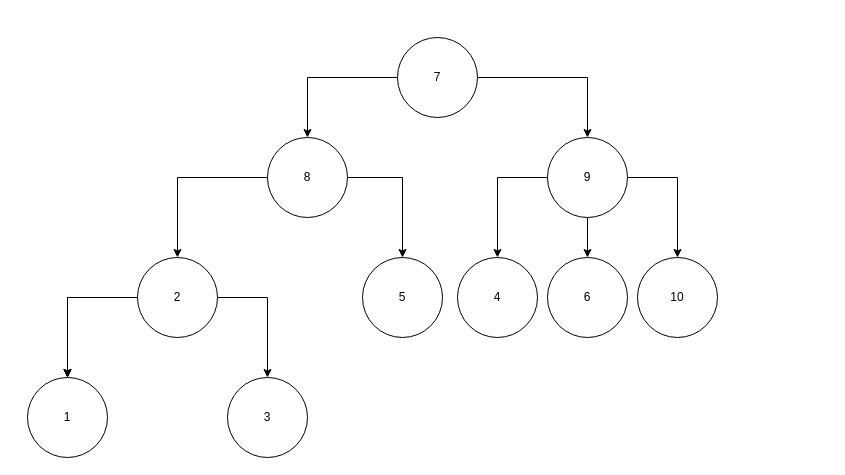
Earlier version of the draw.io diagram Untitled Diagram.drawio (INDavid04/letters-technique). Source tidied: cells renumbered, new cells numbered last; positions are measured from the earlier drawing's top-left corner, leaving out a move shared by most shapes. Both pictures are drawn from the tidied source at 100%, with x=0, y=0 at pixel (27, 37).
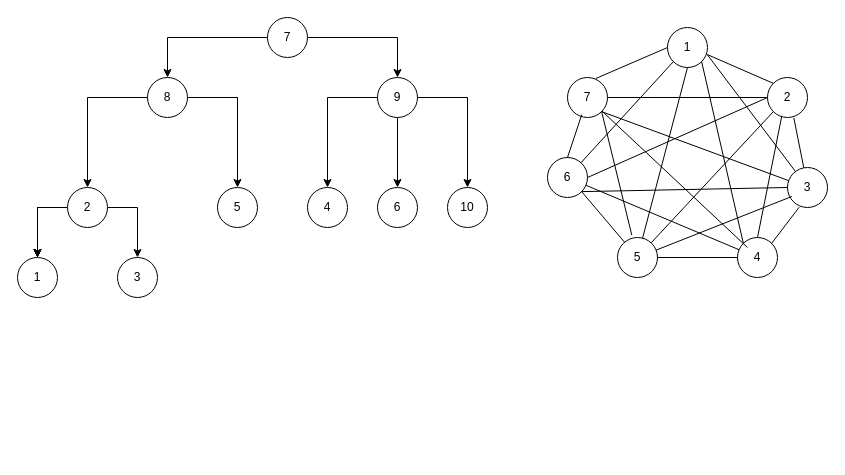
The same diagram, later.

Change to the diagram source:
```diff
@@
     <mxCell id="4" value="&lt;font style=&quot;font-size: 12px;&quot;&gt;7&lt;/font&gt;" style="ellipse;whiteSpace=wrap;html=1;" parent="1" vertex="1">
-      <mxGeometry x="370" width="80" height="80" as="geometry" />
+      <mxGeometry x="240" y="-20" width="40" height="40" as="geometry" />
     </mxCell>
@@
     <mxCell id="7" value="8" style="ellipse;whiteSpace=wrap;html=1;" parent="1" vertex="1">
-      <mxGeometry x="240" y="100" width="80" height="80" as="geometry" />
+      <mxGeometry x="120" y="40" width="40" height="40" as="geometry" />
     </mxCell>
@@
     <mxCell id="11" value="9" style="ellipse;whiteSpace=wrap;html=1;" parent="1" vertex="1">
-      <mxGeometry x="520" y="100" width="80" height="80" as="geometry" />
+      <mxGeometry x="350" y="40" width="40" height="40" as="geometry" />
     </mxCell>
@@
     <mxCell id="17" value="2" style="ellipse;whiteSpace=wrap;html=1;" parent="1" vertex="1">
-      <mxGeometry x="110" y="220" width="80" height="80" as="geometry" />
+      <mxGeometry x="40" y="150" width="40" height="40" as="geometry" />
     </mxCell>
     <mxCell id="18" value="5" style="ellipse;whiteSpace=wrap;html=1;" parent="1" vertex="1">
-      <mxGeometry x="335" y="220" width="80" height="80" as="geometry" />
+      <mxGeometry x="190" y="150" width="40" height="40" as="geometry" />
     </mxCell>
     <mxCell id="19" value="1" style="ellipse;whiteSpace=wrap;html=1;" parent="1" vertex="1">
-      <mxGeometry y="340" width="80" height="80" as="geometry" />
+      <mxGeometry x="-10" y="220" width="40" height="40" as="geometry" />
     </mxCell>
     <mxCell id="20" value="3" style="ellipse;whiteSpace=wrap;html=1;" parent="1" vertex="1">
-      <mxGeometry x="200" y="340" width="80" height="80" as="geometry" />
+      <mxGeometry x="90" y="220" width="40" height="40" as="geometry" />
     </mxCell>
     <mxCell id="21" value="4" style="ellipse;whiteSpace=wrap;html=1;" parent="1" vertex="1">
-      <mxGeometry x="430" y="220" width="80" height="80" as="geometry" />
+      <mxGeometry x="280" y="150" width="40" height="40" as="geometry" />
     </mxCell>
     <mxCell id="22" value="10" style="ellipse;whiteSpace=wrap;html=1;" parent="1" vertex="1">
-      <mxGeometry x="610" y="220" width="80" height="80" as="geometry" />
+      <mxGeometry x="420" y="150" width="40" height="40" as="geometry" />
     </mxCell>
     <mxCell id="23" value="6" style="ellipse;whiteSpace=wrap;html=1;" parent="1" vertex="1">
-      <mxGeometry x="520" y="220" width="80" height="80" as="geometry" />
+      <mxGeometry x="350" y="150" width="40" height="40" as="geometry" />
     </mxCell>
+    <mxCell id="24" value="7" style="ellipse;whiteSpace=wrap;html=1;" parent="1" vertex="1">
+      <mxGeometry x="540" y="40" width="40" height="40" as="geometry" />
+    </mxCell>
+    <mxCell id="25" value="6" style="ellipse;whiteSpace=wrap;html=1;" parent="1" vertex="1">
+      <mxGeometry x="520" y="120" width="40" height="40" as="geometry" />
+    </mxCell>
+    <mxCell id="26" value="5" style="ellipse;whiteSpace=wrap;html=1;" parent="1" vertex="1">
+      <mxGeometry x="590" y="200" width="40" height="40" as="geometry" />
+    </mxCell>
+    <mxCell id="27" value="4" style="ellipse;whiteSpace=wrap;html=1;" parent="1" vertex="1">
+      <mxGeometry x="710" y="200" width="40" height="40" as="geometry" />
+    </mxCell>
+    <mxCell id="28" value="3" style="ellipse;whiteSpace=wrap;html=1;" parent="1" vertex="1">
+      <mxGeometry x="760" y="130" width="40" height="40" as="geometry" />
+    </mxCell>
+    <mxCell id="29" value="2" style="ellipse;whiteSpace=wrap;html=1;" parent="1" vertex="1">
+      <mxGeometry x="740" y="40" width="40" height="40" as="geometry" />
+    </mxCell>
+    <mxCell id="30" value="1" style="ellipse;whiteSpace=wrap;html=1;" parent="1" vertex="1">
+      <mxGeometry x="640" y="-10" width="40" height="40" as="geometry" />
+    </mxCell>
+    <mxCell id="31" style="endArrow=none;html=1;rounded=0;exitX=0.992;exitY=0.675;exitDx=0;exitDy=0;exitPerimeter=0;entryX=0;entryY=0;entryDx=0;entryDy=0;" parent="1" edge="1" source="30" target="29">
+      <mxGeometry relative="1" as="geometry" />
+    </mxCell>
+    <mxCell id="32" style="endArrow=none;html=1;rounded=0;exitX=0.992;exitY=0.675;exitDx=0;exitDy=0;exitPerimeter=0;" parent="1" edge="1" source="30" target="28">
+      <mxGeometry relative="1" as="geometry" />
+    </mxCell>
+    <mxCell id="33" style="endArrow=none;html=1;rounded=0;exitX=1;exitY=1;exitDx=0;exitDy=0;entryX=0;entryY=0;entryDx=0;entryDy=0;" parent="1" edge="1" source="30" target="27">
+      <mxGeometry relative="1" as="geometry" />
+    </mxCell>
+    <mxCell id="34" style="endArrow=none;html=1;rounded=0;exitX=0.5;exitY=1;exitDx=0;exitDy=0;" parent="1" edge="1" source="30" target="26">
+      <mxGeometry relative="1" as="geometry" />
+    </mxCell>
+    <mxCell id="35" style="endArrow=none;html=1;rounded=0;exitX=0;exitY=1;exitDx=0;exitDy=0;" parent="1" edge="1" source="30" target="25">
+      <mxGeometry relative="1" as="geometry" />
+    </mxCell>
+    <mxCell id="36" style="endArrow=none;html=1;rounded=0;exitX=0;exitY=0.5;exitDx=0;exitDy=0;entryX=0.708;entryY=0.025;entryDx=0;entryDy=0;entryPerimeter=0;" parent="1" edge="1" source="30" target="24">
+      <mxGeometry relative="1" as="geometry" />
+    </mxCell>
+    <mxCell id="37" style="endArrow=none;html=1;rounded=0;exitX=0.658;exitY=1.008;exitDx=0;exitDy=0;exitPerimeter=0;" parent="1" edge="1" source="29" target="28">
+      <mxGeometry relative="1" as="geometry" />
+    </mxCell>
+    <mxCell id="38" style="endArrow=none;html=1;rounded=0;exitX=0.358;exitY=0.958;exitDx=0;exitDy=0;exitPerimeter=0;entryX=0.5;entryY=0;entryDx=0;entryDy=0;" parent="1" edge="1" source="29" target="27">
+      <mxGeometry relative="1" as="geometry" />
+    </mxCell>
+    <mxCell id="39" style="endArrow=none;html=1;rounded=0;exitX=0;exitY=1;exitDx=0;exitDy=0;" parent="1" edge="1" source="29" target="26">
+      <mxGeometry relative="1" as="geometry" />
+    </mxCell>
+    <mxCell id="40" style="endArrow=none;html=1;rounded=0;exitX=0;exitY=0.5;exitDx=0;exitDy=0;entryX=1;entryY=0.5;entryDx=0;entryDy=0;" parent="1" edge="1" source="29" target="25">
+      <mxGeometry relative="1" as="geometry" />
+    </mxCell>
+    <mxCell id="41" style="endArrow=none;html=1;rounded=0;entryX=1;entryY=0.5;entryDx=0;entryDy=0;" parent="1" edge="1" source="29" target="24">
+      <mxGeometry relative="1" as="geometry" />
+    </mxCell>
+    <mxCell id="42" style="endArrow=none;html=1;rounded=0;exitX=1;exitY=0;exitDx=0;exitDy=0;entryX=0.292;entryY=0.992;entryDx=0;entryDy=0;entryPerimeter=0;" parent="1" edge="1" source="27" target="28">
+      <mxGeometry relative="1" as="geometry" />
+    </mxCell>
+    <mxCell id="43" style="endArrow=none;html=1;rounded=0;entryX=0.108;entryY=0.725;entryDx=0;entryDy=0;entryPerimeter=0;" parent="1" edge="1" source="26" target="28">
+      <mxGeometry relative="1" as="geometry" />
+    </mxCell>
+    <mxCell id="44" style="endArrow=none;html=1;rounded=0;exitX=1;exitY=1;exitDx=0;exitDy=0;entryX=0;entryY=0.5;entryDx=0;entryDy=0;" parent="1" edge="1" source="25" target="28">
+      <mxGeometry relative="1" as="geometry" />
+    </mxCell>
+    <mxCell id="45" style="endArrow=none;html=1;rounded=0;exitX=1;exitY=1;exitDx=0;exitDy=0;" parent="1" edge="1" source="24" target="28">
+      <mxGeometry relative="1" as="geometry" />
+    </mxCell>
+    <mxCell id="46" style="endArrow=none;html=1;rounded=0;" parent="1" edge="1" source="26" target="27">
+      <mxGeometry relative="1" as="geometry" />
+    </mxCell>
+    <mxCell id="47" style="endArrow=none;html=1;rounded=0;" parent="1" edge="1" source="25" target="27">
+      <mxGeometry relative="1" as="geometry" />
+    </mxCell>
+    <mxCell id="48" style="endArrow=none;html=1;rounded=0;" parent="1" edge="1" source="24">
+      <mxGeometry relative="1" as="geometry">
+        <mxPoint x="720" y="210" as="targetPoint" />
+      </mxGeometry>
+    </mxCell>
+    <mxCell id="49" style="endArrow=none;html=1;rounded=0;exitX=1;exitY=1;exitDx=0;exitDy=0;" parent="1" edge="1" source="25" target="26">
+      <mxGeometry relative="1" as="geometry" />
+    </mxCell>
+    <mxCell id="50" style="endArrow=none;html=1;rounded=0;exitX=1;exitY=1;exitDx=0;exitDy=0;entryX=0.358;entryY=-0.058;entryDx=0;entryDy=0;entryPerimeter=0;" parent="1" edge="1" source="24" target="26">
+      <mxGeometry relative="1" as="geometry" />
+    </mxCell>
+    <mxCell id="51" style="endArrow=none;html=1;rounded=0;exitX=0.358;exitY=0.925;exitDx=0;exitDy=0;entryX=0.5;entryY=0;entryDx=0;entryDy=0;exitPerimeter=0;" parent="1" edge="1" source="24" target="25">
+      <mxGeometry relative="1" as="geometry" />
+    </mxCell>
```
